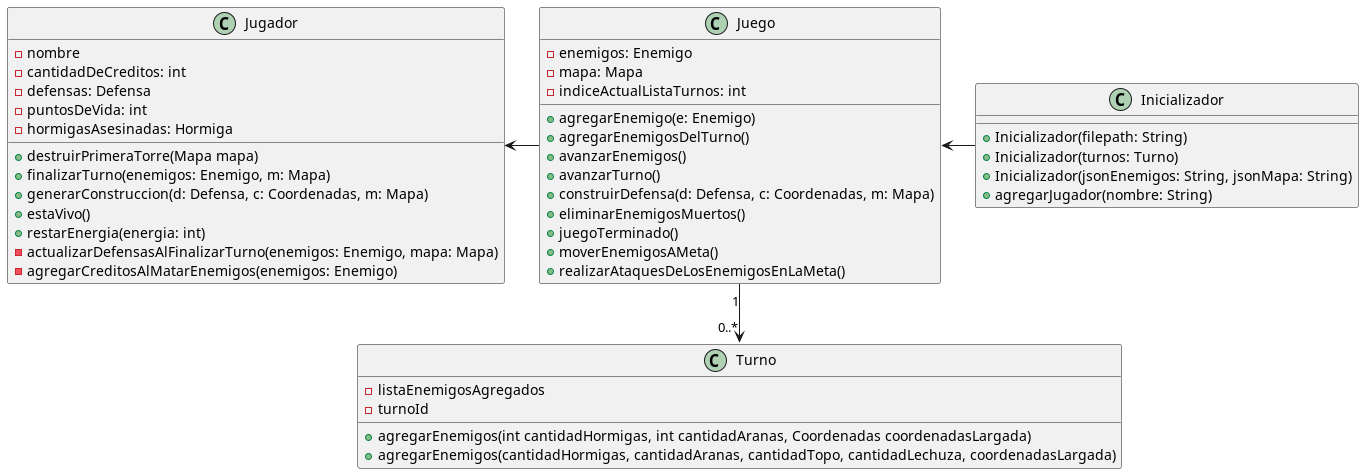
The PlantUML diagram diagrams/classes/DC_Juego.png in Aldumogi/AlgoDefense, before a commit. Source of this version:
```plantuml
@startuml

class Juego {
- enemigos: Enemigo
- mapa: Mapa
- indiceActualListaTurnos: int
+ agregarEnemigo(e: Enemigo)
+ agregarEnemigosDelTurno()
+ avanzarEnemigos()
+ avanzarTurno()
+ construirDefensa(d: Defensa, c: Coordenadas, m: Mapa)
+ eliminarEnemigosMuertos()
+ juegoTerminado()
+ moverEnemigosAMeta()
+ realizarAtaquesDeLosEnemigosEnLaMeta()
}

class Turno {
- listaEnemigosAgregados
- turnoId
+ agregarEnemigos(int cantidadHormigas, int cantidadAranas, Coordenadas coordenadasLargada)
+ agregarEnemigos(cantidadHormigas, cantidadAranas, cantidadTopo, cantidadLechuza, coordenadasLargada)
}

class Inicializador {
+ Inicializador(filepath: String)
+ Inicializador(turnos: Turno)
+ Inicializador(jsonEnemigos: String, jsonMapa: String)
+ agregarJugador(nombre: String)
}

class Jugador {
- nombre
- cantidadDeCreditos: int
- defensas: Defensa
- puntosDeVida: int
- hormigasAsesinadas: Hormiga
+ destruirPrimeraTorre(Mapa mapa)
+ finalizarTurno(enemigos: Enemigo, m: Mapa)
+ generarConstruccion(d: Defensa, c: Coordenadas, m: Mapa)
+ estaVivo()
+ restarEnergia(energia: int)
- actualizarDefensasAlFinalizarTurno(enemigos: Enemigo, mapa: Mapa)
- agregarCreditosAlMatarEnemigos(enemigos: Enemigo)
}

Juego <- Inicializador
Juego "1" --> "0..*" Turno
Jugador <- Juego
@enduml
```
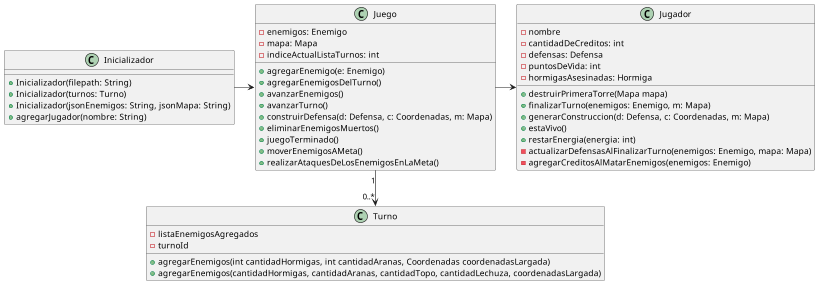
Above is the later version.

Diff of the diagram source:
```diff
@@ -44,7 +44,7 @@
 - agregarCreditosAlMatarEnemigos(enemigos: Enemigo)
 }
 
-Juego <- Inicializador
+Inicializador -> Juego
 Juego "1" --> "0..*" Turno
-Jugador <- Juego
+Juego -> Jugador
 @enduml
```
